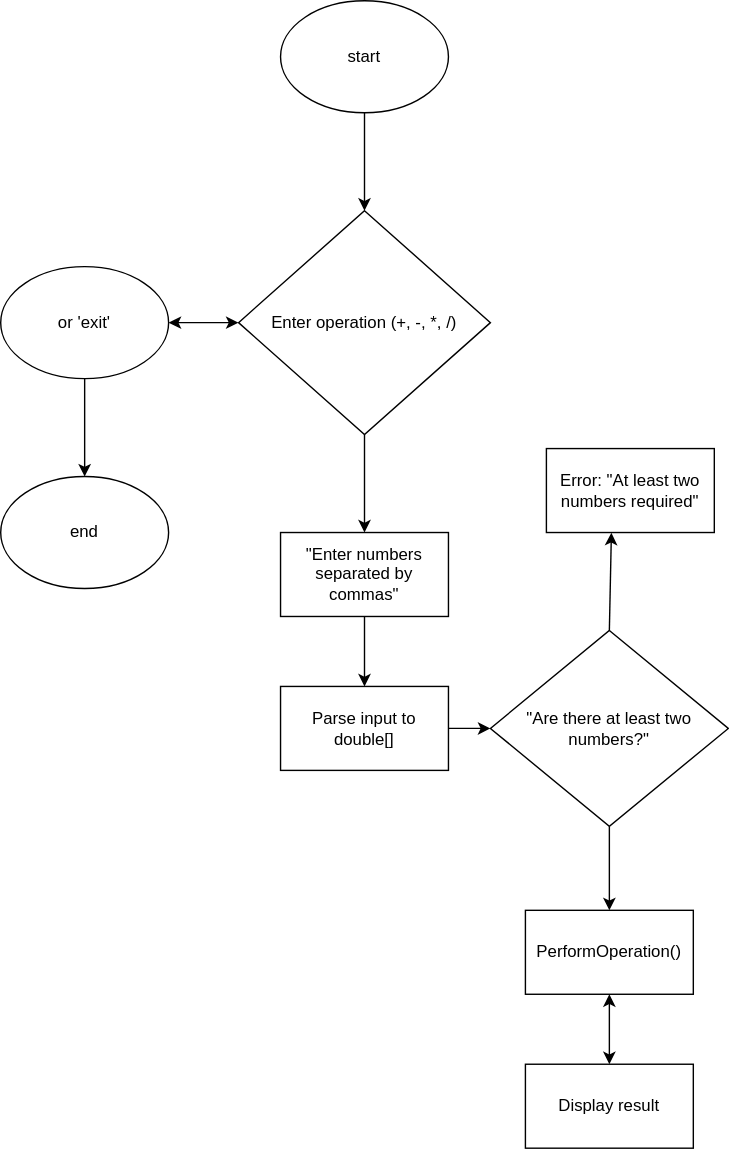
This is calc_diagram.drawio.svg from Viktoriia-P-H11/Calc, a draw.io export, as it was before one commit. Source tidied: cells renumbered, new cells last; positions are measured from the earlier drawing's top-left corner, leaving out a move shared by most shapes.
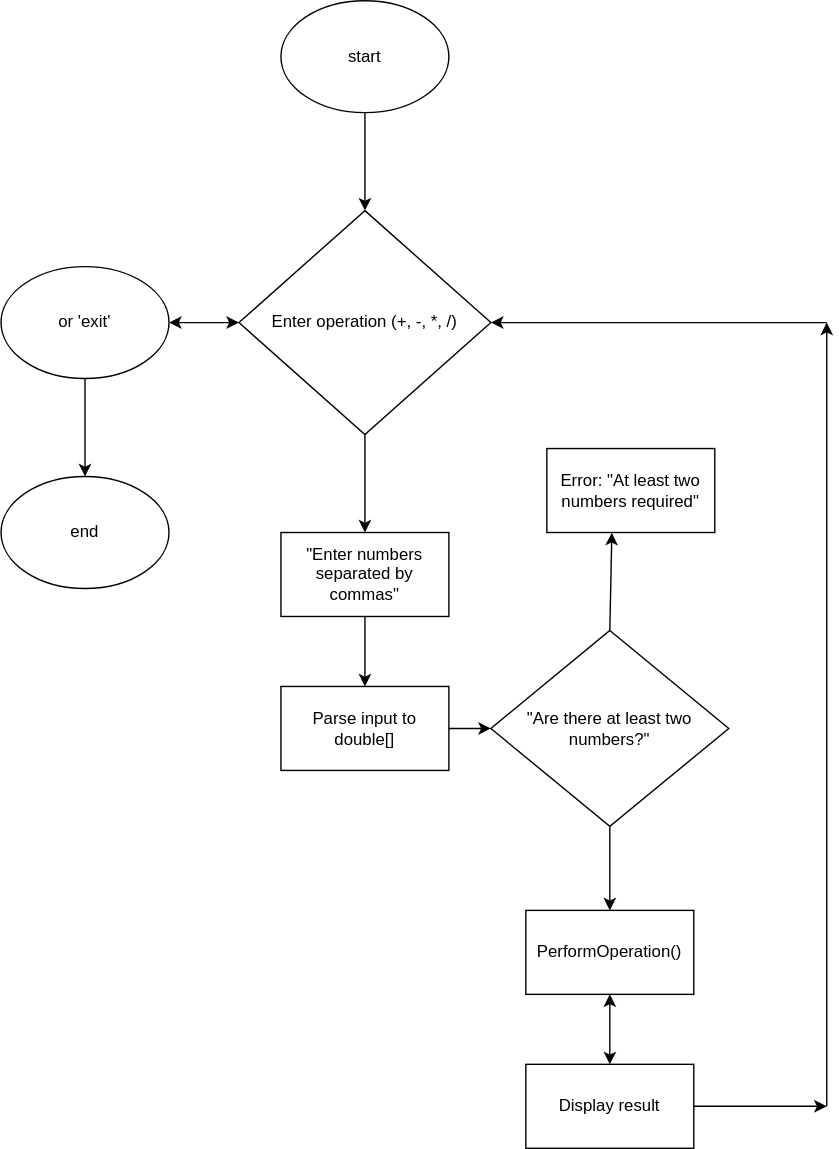
The same file after the commit.

The edit, as a diff of the source:
```diff
@@ -63,5 +63,21 @@
     <mxCell id="20" style="endArrow=classic;html=1;rounded=0;exitX=0.5;exitY=1;exitDx=0;exitDy=0;" parent="1" edge="1" source="6" target="7">
       <mxGeometry relative="1" as="geometry" />
     </mxCell>
+    <mxCell id="21" style="endArrow=classic;html=1;rounded=0;exitX=1;exitY=0.5;exitDx=0;exitDy=0;" parent="1" edge="1" source="15">
+      <mxGeometry relative="1" as="geometry">
+        <mxPoint x="590" y="790" as="targetPoint" />
+      </mxGeometry>
+    </mxCell>
+    <mxCell id="22" style="endArrow=classic;html=1;rounded=0;" parent="1" edge="1">
+      <mxGeometry relative="1" as="geometry">
+        <mxPoint x="590" y="790" as="sourcePoint" />
+        <mxPoint x="590" y="230" as="targetPoint" />
+      </mxGeometry>
+    </mxCell>
+    <mxCell id="23" style="endArrow=classic;html=1;rounded=0;entryX=1;entryY=0.5;entryDx=0;entryDy=0;" parent="1" edge="1" target="4">
+      <mxGeometry relative="1" as="geometry">
+        <mxPoint x="590" y="230" as="sourcePoint" />
+      </mxGeometry>
+    </mxCell>
   </root>
 </mxGraphModel>
```
